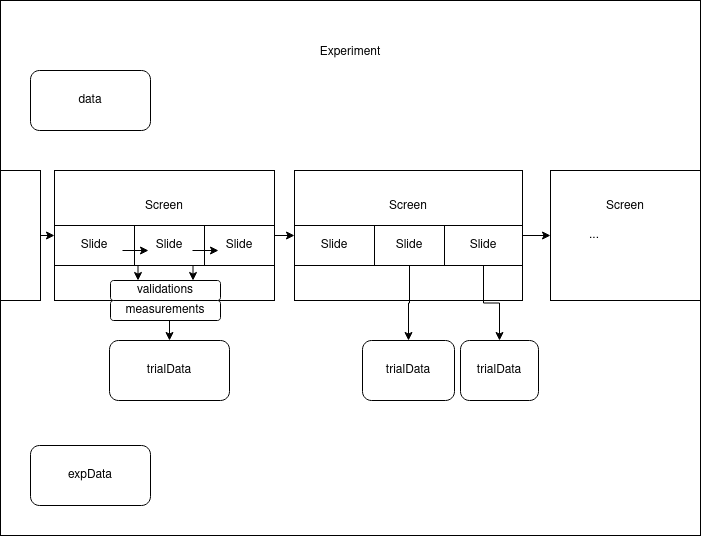
magpie-ea/magpie-v3-docs keeps this draw.io diagram as docs/images/getting_started/experiments_schema.png. Above is the earlier version. Source tidied: cells renumbered, new cells last; positions are measured from the earlier drawing's top-left corner, leaving out a move shared by most shapes.
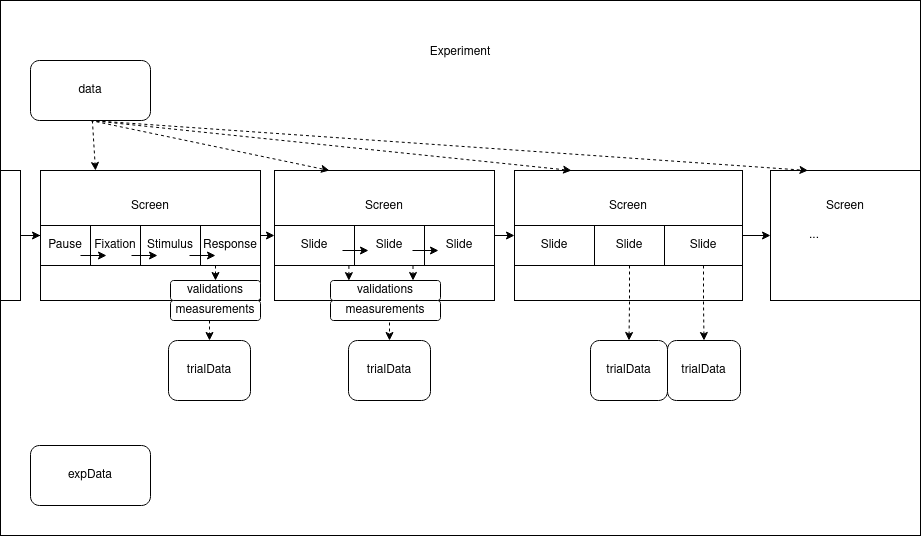
After the commit.

Commit message:
Basics: Update schema, check in source and clarify some things

What changed in the source:
```diff
@@ -3,16 +3,16 @@
     <mxCell id="0" />
     <mxCell id="1" parent="0" />
     <mxCell id="2" value="&lt;div&gt;Experiment&lt;/div&gt;&lt;div&gt;&lt;br&gt;&lt;/div&gt;&lt;div&gt;&lt;br&gt;&lt;/div&gt;&lt;div&gt;&lt;br&gt;&lt;/div&gt;&lt;div&gt;&lt;br&gt;&lt;/div&gt;&lt;div&gt;&lt;br&gt;&lt;/div&gt;&lt;div&gt;&lt;br&gt;&lt;/div&gt;&lt;div&gt;&lt;br&gt;&lt;/div&gt;&lt;div&gt;&lt;br&gt;&lt;/div&gt;&lt;div&gt;&lt;br&gt;&lt;/div&gt;&lt;div&gt;&lt;br&gt;&lt;/div&gt;&lt;div&gt;&lt;br&gt;&lt;/div&gt;&lt;div&gt;&lt;br&gt;&lt;/div&gt;&lt;div&gt;&lt;br&gt;&lt;/div&gt;&lt;div&gt;&lt;br&gt;&lt;/div&gt;&lt;div&gt;&lt;br&gt;&lt;/div&gt;&lt;div&gt;&lt;br&gt;&lt;/div&gt;&lt;div&gt;&lt;br&gt;&lt;/div&gt;&lt;div&gt;&lt;br&gt;&lt;/div&gt;&lt;div&gt;&lt;br&gt;&lt;/div&gt;&lt;div&gt;&lt;br&gt;&lt;/div&gt;&lt;div&gt;&lt;br&gt;&lt;/div&gt;&lt;div&gt;&lt;br&gt;&lt;/div&gt;&lt;div&gt;&lt;br&gt;&lt;/div&gt;&lt;div&gt;&lt;br&gt;&lt;/div&gt;&lt;div&gt;&lt;br&gt;&lt;/div&gt;&lt;div&gt;&lt;br&gt;&lt;/div&gt;&lt;div&gt;&lt;br&gt;&lt;/div&gt;&lt;div&gt;&lt;br&gt;&lt;/div&gt;&lt;div&gt;&lt;br&gt;&lt;/div&gt;&lt;div&gt;&lt;br&gt;&lt;/div&gt;" style="rounded=0;whiteSpace=wrap;html=1;" parent="1" vertex="1">
-      <mxGeometry width="700" height="535" as="geometry" />
+      <mxGeometry x="-220" width="920" height="535" as="geometry" />
     </mxCell>
     <mxCell id="3" value="&lt;div&gt;Screen&lt;/div&gt;&lt;div&gt;&lt;br&gt;&lt;/div&gt;&lt;div&gt;&lt;br&gt;&lt;/div&gt;&lt;div&gt;&lt;br&gt;&lt;/div&gt;&lt;div&gt;&lt;br&gt;&lt;/div&gt;" style="rounded=0;whiteSpace=wrap;html=1;" parent="1" vertex="1">
       <mxGeometry x="294" y="170" width="228" height="130" as="geometry" />
     </mxCell>
     <mxCell id="4" value="trialData" style="rounded=1;whiteSpace=wrap;html=1;" parent="1" vertex="1">
-      <mxGeometry x="109" y="340" width="120" height="60" as="geometry" />
+      <mxGeometry x="128" y="340" width="82" height="60" as="geometry" />
     </mxCell>
     <mxCell id="5" value="data" style="rounded=1;whiteSpace=wrap;html=1;" parent="1" vertex="1">
-      <mxGeometry x="30" y="70" width="120" height="60" as="geometry" />
+      <mxGeometry x="-190" y="60" width="120" height="60" as="geometry" />
     </mxCell>
     <mxCell id="6" style="edgeStyle=orthogonalEdgeStyle;rounded=0;jettySize=auto;html=1;exitX=1;exitY=0.5;exitDx=0;exitDy=0;entryX=0;entryY=0.5;entryDx=0;entryDy=0;" parent="1" edge="1" source="7" target="3">
       <mxGeometry relative="1" as="geometry" />
@@ -29,7 +29,7 @@
     <mxCell id="10" value="Slide" style="rounded=0;whiteSpace=wrap;html=1;" parent="1" vertex="1">
       <mxGeometry x="204" y="225" width="70" height="40" as="geometry" />
     </mxCell>
-    <mxCell id="11" style="edgeStyle=orthogonalEdgeStyle;rounded=0;jettySize=auto;html=1;exitX=0.5;exitY=1;exitDx=0;exitDy=0;entryX=0.5;entryY=0;entryDx=0;entryDy=0;" parent="1" edge="1" source="12" target="4">
+    <mxCell id="11" style="edgeStyle=orthogonalEdgeStyle;rounded=0;jettySize=auto;html=1;exitX=0.5;exitY=1;exitDx=0;exitDy=0;entryX=0.5;entryY=0;entryDx=0;entryDy=0;dashed=1;" parent="1" edge="1" source="12" target="4">
       <mxGeometry relative="1" as="geometry" />
     </mxCell>
     <mxCell id="12" value="measurements" style="rounded=1;whiteSpace=wrap;html=1;" parent="1" vertex="1">
@@ -39,7 +39,7 @@
       <mxGeometry x="110" y="280" width="110" height="20" as="geometry" />
     </mxCell>
     <mxCell id="14" value="&lt;div&gt;expData&lt;/div&gt;" style="rounded=1;whiteSpace=wrap;html=1;" parent="1" vertex="1">
-      <mxGeometry x="30" y="445" width="120" height="60" as="geometry" />
+      <mxGeometry x="-190" y="445" width="120" height="60" as="geometry" />
     </mxCell>
     <mxCell id="15" style="endArrow=classic;html=1;" parent="1" edge="1">
       <mxGeometry relative="1" as="geometry">
@@ -62,17 +62,17 @@
     <mxCell id="19" value="Slide" style="rounded=0;whiteSpace=wrap;html=1;" parent="1" vertex="1">
       <mxGeometry x="444" y="225" width="78" height="40" as="geometry" />
     </mxCell>
-    <mxCell id="20" style="edgeStyle=orthogonalEdgeStyle;rounded=0;jettySize=auto;html=1;entryX=0.5;entryY=0;entryDx=0;entryDy=0;exitX=0.5;exitY=1;exitDx=0;exitDy=0;" parent="1" edge="1" source="18" target="23">
+    <mxCell id="20" style="edgeStyle=orthogonalEdgeStyle;rounded=0;jettySize=auto;html=1;entryX=0.5;entryY=0;entryDx=0;entryDy=0;exitX=0.5;exitY=1;exitDx=0;exitDy=0;dashed=1;" parent="1" edge="1" source="18" target="23">
       <mxGeometry relative="1" as="geometry" />
     </mxCell>
-    <mxCell id="21" style="edgeStyle=orthogonalEdgeStyle;rounded=0;jettySize=auto;html=1;exitX=0.5;exitY=1;exitDx=0;exitDy=0;" parent="1" edge="1" source="19" target="22">
+    <mxCell id="21" style="edgeStyle=orthogonalEdgeStyle;rounded=0;jettySize=auto;html=1;exitX=0.5;exitY=1;exitDx=0;exitDy=0;dashed=1;" parent="1" edge="1" source="19" target="22">
       <mxGeometry relative="1" as="geometry" />
     </mxCell>
     <mxCell id="22" value="trialData" style="rounded=1;whiteSpace=wrap;html=1;" parent="1" vertex="1">
-      <mxGeometry x="460" y="340" width="78" height="60" as="geometry" />
+      <mxGeometry x="447" y="340" width="73" height="60" as="geometry" />
     </mxCell>
     <mxCell id="23" value="trialData" style="rounded=1;whiteSpace=wrap;html=1;" parent="1" vertex="1">
-      <mxGeometry x="362" y="340" width="92" height="60" as="geometry" />
+      <mxGeometry x="370" y="340" width="77" height="60" as="geometry" />
     </mxCell>
     <mxCell id="24" value="&lt;div&gt;Screen&lt;/div&gt;&lt;div&gt;&lt;br&gt;&lt;/div&gt;&lt;div&gt;&lt;br&gt;&lt;/div&gt;&lt;div&gt;&lt;br&gt;&lt;/div&gt;&lt;div&gt;&lt;br&gt;&lt;/div&gt;" style="rounded=0;whiteSpace=wrap;html=1;" parent="1" vertex="1">
       <mxGeometry x="550" y="170" width="150" height="130" as="geometry" />
@@ -83,17 +83,84 @@
     <mxCell id="26" style="edgeStyle=orthogonalEdgeStyle;rounded=0;jettySize=auto;html=1;entryX=0;entryY=0.5;entryDx=0;entryDy=0;exitX=1;exitY=0.5;exitDx=0;exitDy=0;" parent="1" edge="1" source="3" target="24">
       <mxGeometry relative="1" as="geometry" />
     </mxCell>
-    <mxCell id="27" style="rounded=0;whiteSpace=wrap;html=1;" parent="1" vertex="1">
-      <mxGeometry y="170" width="40" height="130" as="geometry" />
-    </mxCell>
-    <mxCell id="28" style="edgeStyle=orthogonalEdgeStyle;rounded=0;jettySize=auto;html=1;entryX=0;entryY=0.5;entryDx=0;entryDy=0;exitX=1;exitY=0.5;exitDx=0;exitDy=0;" parent="1" edge="1" source="27" target="7">
-      <mxGeometry relative="1" as="geometry" />
+    <mxCell id="28" style="edgeStyle=orthogonalEdgeStyle;rounded=0;jettySize=auto;html=1;entryX=0;entryY=0.5;entryDx=0;entryDy=0;exitX=1;exitY=0.5;exitDx=0;exitDy=0;" parent="1" edge="1" target="7">
+      <mxGeometry relative="1" as="geometry">
+        <mxPoint x="40" y="235" as="sourcePoint" />
+      </mxGeometry>
     </mxCell>
-    <mxCell id="29" style="edgeStyle=orthogonalEdgeStyle;rounded=0;jettySize=auto;html=1;entryX=0.25;entryY=0;entryDx=0;entryDy=0;exitX=1;exitY=1;exitDx=0;exitDy=0;" parent="1" edge="1" source="8" target="13">
+    <mxCell id="29" style="edgeStyle=orthogonalEdgeStyle;rounded=0;jettySize=auto;html=1;entryX=0.167;entryY=0.008;entryDx=0;entryDy=0;exitX=1;exitY=1;exitDx=0;exitDy=0;entryPerimeter=0;dashed=1;" parent="1" edge="1" source="8" target="13">
       <mxGeometry relative="1" as="geometry" />
     </mxCell>
-    <mxCell id="30" style="edgeStyle=orthogonalEdgeStyle;rounded=0;jettySize=auto;html=1;entryX=0.75;entryY=0;entryDx=0;entryDy=0;exitX=0;exitY=1;exitDx=0;exitDy=0;" parent="1" edge="1" source="10" target="13">
+    <mxCell id="30" style="edgeStyle=orthogonalEdgeStyle;rounded=0;jettySize=auto;html=1;entryX=0.75;entryY=0;entryDx=0;entryDy=0;exitX=0;exitY=1;exitDx=0;exitDy=0;dashed=1;" parent="1" edge="1" source="10" target="13">
       <mxGeometry relative="1" as="geometry" />
     </mxCell>
+    <mxCell id="31" style="rounded=0;whiteSpace=wrap;html=1;" parent="1" vertex="1">
+      <mxGeometry x="-220" y="170" width="20" height="130" as="geometry" />
+    </mxCell>
+    <mxCell id="32" value="&lt;div&gt;Screen&lt;/div&gt;&lt;div&gt;&lt;br&gt;&lt;/div&gt;&lt;div&gt;&lt;br&gt;&lt;/div&gt;&lt;div&gt;&lt;br&gt;&lt;/div&gt;&lt;div&gt;&lt;br&gt;&lt;/div&gt;" style="rounded=0;whiteSpace=wrap;html=1;" parent="1" vertex="1">
+      <mxGeometry x="-180" y="170" width="220" height="130" as="geometry" />
+    </mxCell>
+    <mxCell id="33" style="edgeStyle=orthogonalEdgeStyle;rounded=0;jettySize=auto;html=1;" parent="1" edge="1" source="31">
+      <mxGeometry relative="1" as="geometry">
+        <mxPoint x="-180" y="235" as="targetPoint" />
+      </mxGeometry>
+    </mxCell>
+    <mxCell id="34" value="Pause" style="rounded=0;whiteSpace=wrap;html=1;" parent="1" vertex="1">
+      <mxGeometry x="-180" y="225" width="50" height="40" as="geometry" />
+    </mxCell>
+    <mxCell id="35" value="Fixation" style="rounded=0;whiteSpace=wrap;html=1;" parent="1" vertex="1">
+      <mxGeometry x="-130" y="225" width="50" height="40" as="geometry" />
+    </mxCell>
+    <mxCell id="36" value="Response" style="rounded=0;whiteSpace=wrap;html=1;" parent="1" vertex="1">
+      <mxGeometry x="-20" y="225" width="60" height="40" as="geometry" />
+    </mxCell>
+    <mxCell id="37" value="Stimulus" style="rounded=0;whiteSpace=wrap;html=1;" parent="1" vertex="1">
+      <mxGeometry x="-80" y="225" width="60" height="40" as="geometry" />
+    </mxCell>
+    <mxCell id="38" style="endArrow=classic;html=1;" parent="1" edge="1">
+      <mxGeometry relative="1" as="geometry">
+        <mxPoint x="-89" y="255" as="sourcePoint" />
+        <mxPoint x="-63" y="255" as="targetPoint" />
+      </mxGeometry>
+    </mxCell>
+    <mxCell id="39" style="endArrow=classic;html=1;" parent="1" edge="1">
+      <mxGeometry relative="1" as="geometry">
+        <mxPoint x="-31" y="255" as="sourcePoint" />
+        <mxPoint x="-5" y="255" as="targetPoint" />
+      </mxGeometry>
+    </mxCell>
+    <mxCell id="40" style="endArrow=classic;html=1;" parent="1" edge="1">
+      <mxGeometry relative="1" as="geometry">
+        <mxPoint x="-140" y="255" as="sourcePoint" />
+        <mxPoint x="-114" y="255" as="targetPoint" />
+      </mxGeometry>
+    </mxCell>
+    <mxCell id="41" value="trialData" style="rounded=1;whiteSpace=wrap;html=1;" parent="1" vertex="1">
+      <mxGeometry x="-52" y="340" width="82" height="60" as="geometry" />
+    </mxCell>
+    <mxCell id="42" style="edgeStyle=orthogonalEdgeStyle;rounded=0;jettySize=auto;html=1;exitX=0.5;exitY=1;exitDx=0;exitDy=0;entryX=0.5;entryY=0;entryDx=0;entryDy=0;dashed=1;" parent="1" edge="1" source="43" target="41">
+      <mxGeometry relative="1" as="geometry" />
+    </mxCell>
+    <mxCell id="43" value="measurements" style="rounded=1;whiteSpace=wrap;html=1;" parent="1" vertex="1">
+      <mxGeometry x="-50" y="300" width="90" height="20" as="geometry" />
+    </mxCell>
+    <mxCell id="44" value="validations" style="rounded=1;whiteSpace=wrap;html=1;" parent="1" vertex="1">
+      <mxGeometry x="-50" y="280" width="90" height="20" as="geometry" />
+    </mxCell>
+    <mxCell id="45" style="endArrow=classic;html=1;entryX=0.5;entryY=0;entryDx=0;entryDy=0;exitX=0.25;exitY=1;exitDx=0;exitDy=0;dashed=1;" parent="1" edge="1" source="36" target="44">
+      <mxGeometry relative="1" as="geometry" />
+    </mxCell>
+    <mxCell id="46" style="endArrow=classic;html=1;entryX=0.25;entryY=0;entryDx=0;entryDy=0;dashed=1;" parent="1" edge="1" source="5" target="32">
+      <mxGeometry relative="1" as="geometry" />
+    </mxCell>
+    <mxCell id="47" style="endArrow=classic;html=1;exitX=0.5;exitY=1;exitDx=0;exitDy=0;entryX=0.25;entryY=0;entryDx=0;entryDy=0;dashed=1;" parent="1" edge="1" source="5" target="7">
+      <mxGeometry relative="1" as="geometry" />
+    </mxCell>
+    <mxCell id="48" style="endArrow=classic;html=1;exitX=0.5;exitY=1;exitDx=0;exitDy=0;entryX=0.25;entryY=0;entryDx=0;entryDy=0;dashed=1;" parent="1" edge="1" source="5" target="3">
+      <mxGeometry relative="1" as="geometry" />
+    </mxCell>
+    <mxCell id="49" style="endArrow=classic;html=1;exitX=0.5;exitY=1;exitDx=0;exitDy=0;entryX=0.25;entryY=0;entryDx=0;entryDy=0;dashed=1;" parent="1" edge="1" source="5" target="24">
+      <mxGeometry relative="1" as="geometry" />
+    </mxCell>
   </root>
 </mxGraphModel>
```
